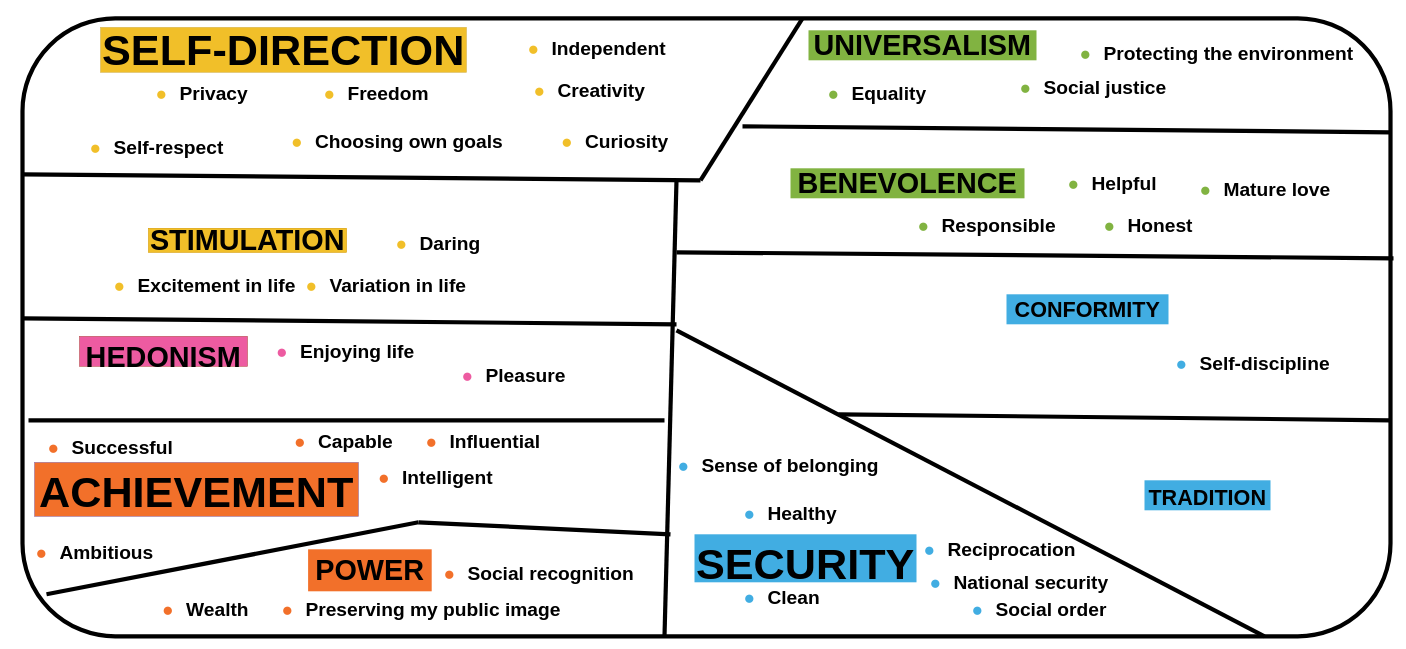
The draw.io diagram live_diagram.drawio in ProjectsKoryHasWorkedOn/2026_Modelling_Values, before the edit. Source tidied: cells renumbered, new cells numbered last; positions are measured from the earlier drawing's top-left corner, leaving out a move shared by most shapes. Both pictures are drawn from the tidied source at 60%, with x=0, y=0 at pixel (22, 18).
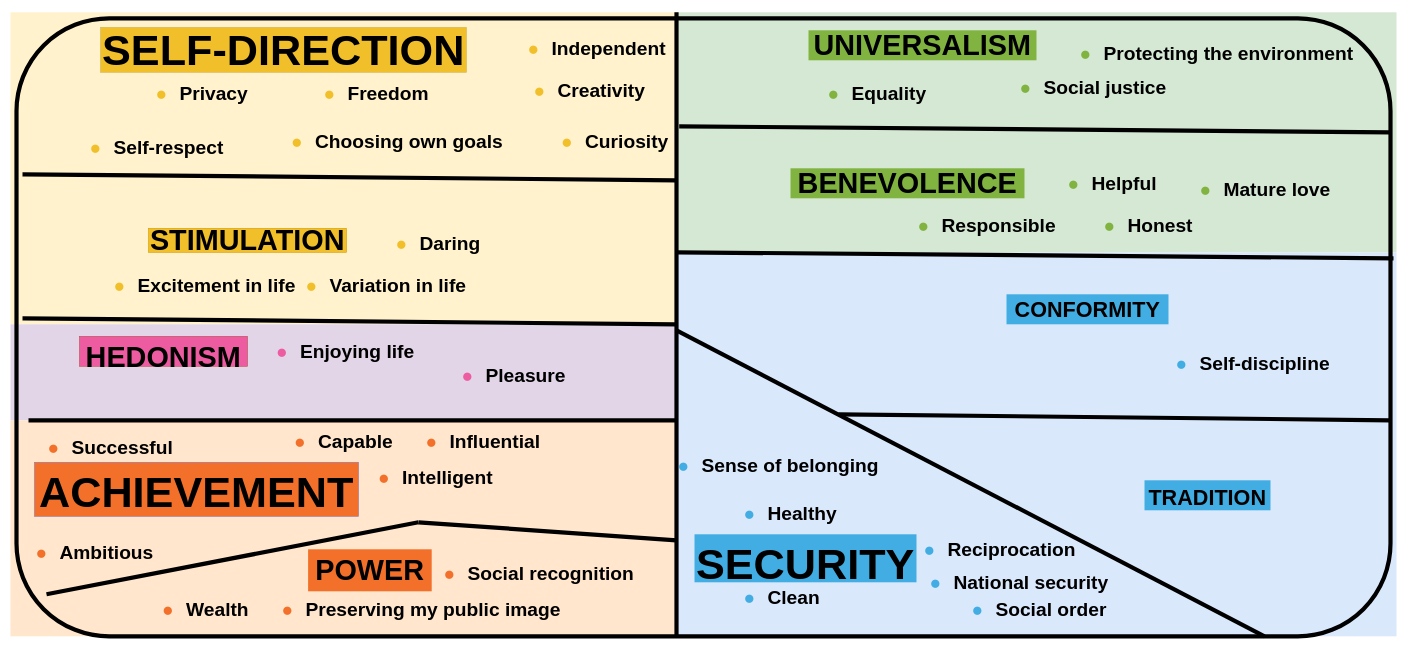
The same page after the edit.

The change refers to these unchanged cells:
```xml
<mxCell id="32" value="&lt;b&gt;&lt;font style=&quot;font-size: 32px;&quot;&gt;Curiosity&lt;/font&gt;&lt;/b&gt;" style="text;whiteSpace=wrap;html=1;" parent="1" vertex="1">
  <mxGeometry x="935.5" y="180" width="159" height="40" as="geometry" />
</mxCell>
```

What changed in the source:
```diff
@@
-    <mxCell id="2" style="rounded=1;whiteSpace=wrap;html=1;strokeWidth=7;" parent="1" vertex="1">
-      <mxGeometry width="2280" height="1030" as="geometry" />
-    </mxCell>
+    <mxCell id="92" style="shape=ext;double=1;rounded=0;whiteSpace=wrap;html=1;fillColor=#fff2cc;strokeColor=none;" parent="1" vertex="1">
+      <mxGeometry x="-20" y="-10" width="1110" height="520" as="geometry" />
+    </mxCell>
+    <mxCell id="93" style="shape=ext;double=1;rounded=0;whiteSpace=wrap;html=1;fillColor=#e1d5e7;strokeColor=none;" parent="1" vertex="1">
+      <mxGeometry x="-20" y="510" width="1110" height="160" as="geometry" />
+    </mxCell>
+    <mxCell id="94" style="shape=ext;double=1;rounded=0;whiteSpace=wrap;html=1;fillColor=#ffe6cc;strokeColor=none;" parent="1" vertex="1">
+      <mxGeometry x="-20" y="670" width="1110" height="360" as="geometry" />
+    </mxCell>
+    <mxCell id="95" style="shape=ext;double=1;rounded=0;whiteSpace=wrap;html=1;fillColor=#dae8fc;strokeColor=none;" parent="1" vertex="1">
+      <mxGeometry x="1090" y="390" width="1200" height="640" as="geometry" />
+    </mxCell>
+    <mxCell id="96" style="shape=ext;double=1;rounded=0;whiteSpace=wrap;html=1;fillColor=#d5e8d4;strokeColor=none;" parent="1" vertex="1">
+      <mxGeometry x="1090" y="-10" width="1200" height="400" as="geometry" />
+    </mxCell>
@@
     <mxCell id="77" style="endArrow=none;html=1;rounded=0;fontSize=12;startSize=8;endSize=8;curved=1;strokeWidth=7;" parent="1" edge="1">
       <mxGeometry relative="1" as="geometry">
         <mxPoint y="260" as="sourcePoint" />
-        <mxPoint x="1130" y="270" as="targetPoint" />
+        <mxPoint x="1090" y="270" as="targetPoint" />
       </mxGeometry>
     </mxCell>
-    <mxCell id="78" style="endArrow=none;html=1;rounded=0;fontSize=12;startSize=8;endSize=8;curved=1;strokeWidth=7;" parent="1" edge="1">
-      <mxGeometry relative="1" as="geometry">
-        <mxPoint x="1130" y="270" as="sourcePoint" />
-        <mxPoint x="1300" as="targetPoint" />
-      </mxGeometry>
-    </mxCell>
-    <mxCell id="79" style="endArrow=none;html=1;rounded=0;fontSize=12;startSize=8;endSize=8;curved=1;strokeWidth=7;" parent="1" edge="1">
+    <mxCell id="79" style="endArrow=none;html=1;rounded=0;fontSize=12;startSize=8;endSize=8;curved=1;strokeWidth=7;exitX=1;exitY=0;exitDx=0;exitDy=0;" parent="1" edge="1" source="32">
       <mxGeometry relative="1" as="geometry">
-        <mxPoint x="1200" y="180" as="sourcePoint" />
         <mxPoint x="2280" y="190" as="targetPoint" />
       </mxGeometry>
     </mxCell>
@@
-    <mxCell id="81" style="endArrow=none;html=1;rounded=0;fontSize=12;startSize=8;endSize=8;curved=1;strokeWidth=7;" parent="1" edge="1">
-      <mxGeometry relative="1" as="geometry">
-        <mxPoint x="1070" y="1030" as="sourcePoint" />
-        <mxPoint x="1090" y="270" as="targetPoint" />
-      </mxGeometry>
+    <mxCell id="81" style="endArrow=none;html=1;rounded=0;fontSize=12;startSize=8;endSize=8;curved=1;strokeWidth=7;exitX=0;exitY=1;exitDx=0;exitDy=0;entryX=0;entryY=0;entryDx=0;entryDy=0;" parent="1" edge="1" source="95" target="96">
+      <mxGeometry relative="1" as="geometry" />
     </mxCell>
     <mxCell id="82" style="endArrow=none;html=1;rounded=0;fontSize=12;startSize=8;endSize=8;curved=1;strokeWidth=7;" parent="1" edge="1">
       <mxGeometry relative="1" as="geometry">
         <mxPoint x="660" y="840" as="sourcePoint" />
-        <mxPoint x="1080" y="860" as="targetPoint" />
+        <mxPoint x="1090" y="870" as="targetPoint" />
       </mxGeometry>
     </mxCell>
@@
     <mxCell id="84" style="endArrow=none;html=1;rounded=0;fontSize=12;startSize=8;endSize=8;curved=1;strokeWidth=7;" parent="1" edge="1">
       <mxGeometry relative="1" as="geometry">
         <mxPoint x="10" y="670" as="sourcePoint" />
-        <mxPoint x="1070" y="670" as="targetPoint" />
+        <mxPoint x="1090" y="670" as="targetPoint" />
       </mxGeometry>
     </mxCell>
@@
+    <mxCell id="2" style="rounded=1;whiteSpace=wrap;html=1;strokeWidth=7;fillColor=none;" parent="1" vertex="1">
+      <mxGeometry x="-10" width="2290" height="1030" as="geometry" />
+    </mxCell>
```
